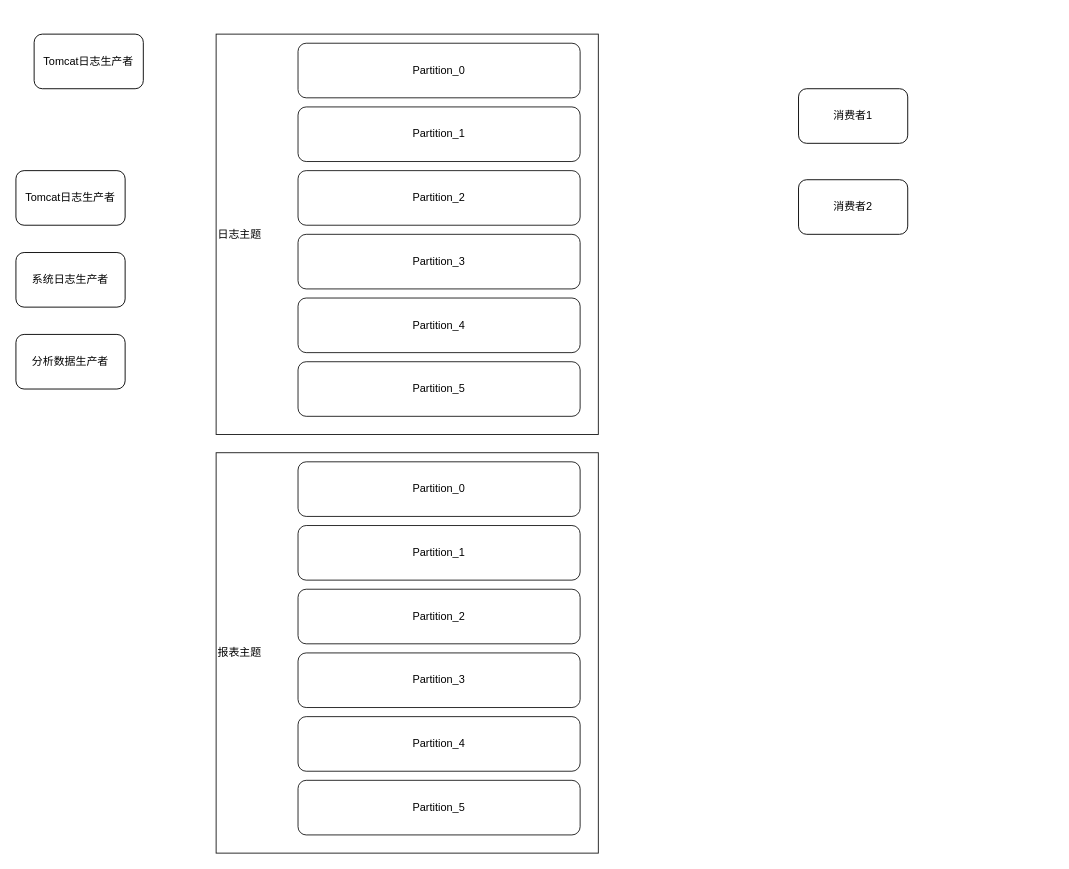
The draw.io diagram space/Kafka ELK.drawio in lewinlee/draw.io, before the edit. Source tidied: cells renumbered, new cells numbered last; positions are measured from the earlier drawing's top-left corner, leaving out a move shared by most shapes. Both pictures are drawn from the tidied source at 91%, with x=0, y=0 at pixel (15, 34).
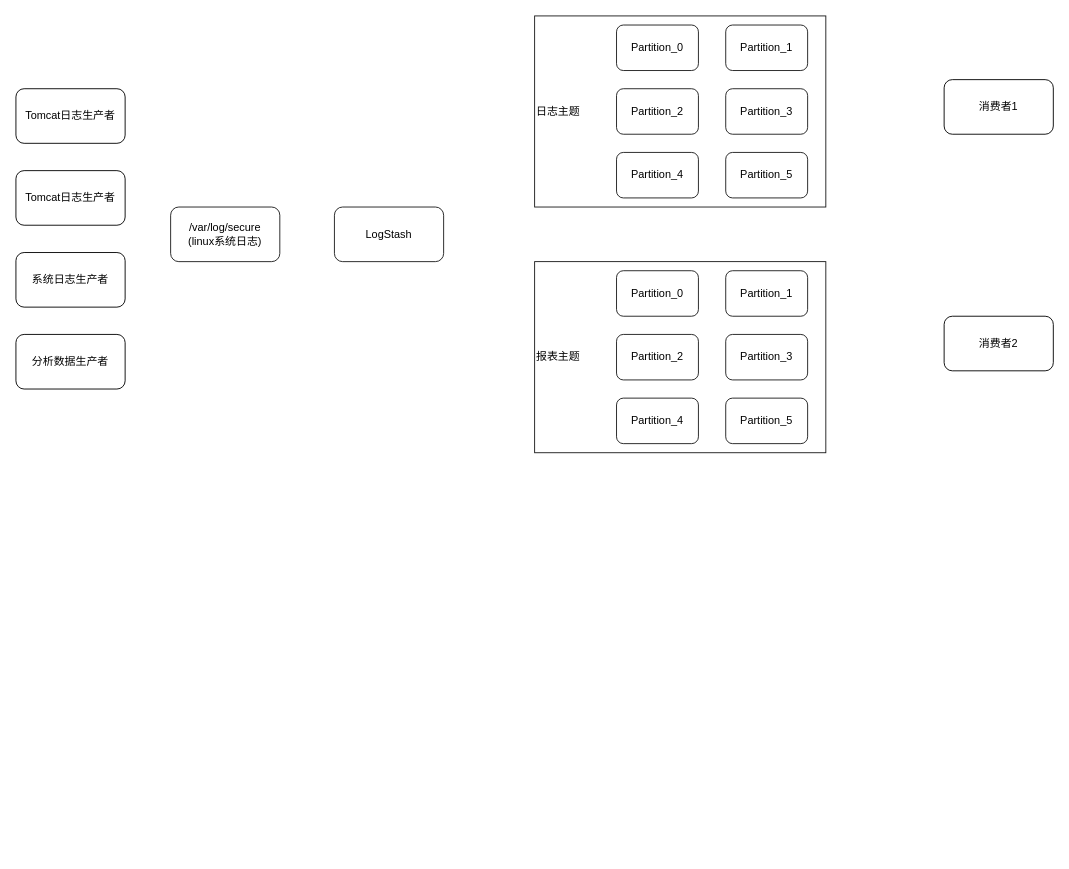
Above is the later version.

What changed in the source:
```diff
@@
     <mxCell id="3" value="日志主题" style="rounded=0;whiteSpace=wrap;html=1;opacity=90;align=left;" parent="1" vertex="1">
-      <mxGeometry x="220" width="420" height="440" as="geometry" />
+      <mxGeometry x="570" y="-20" width="320" height="210" as="geometry" />
     </mxCell>
     <mxCell id="4" value="Partition_0" style="rounded=1;whiteSpace=wrap;html=1;opacity=90;" parent="1" vertex="1">
-      <mxGeometry x="310" y="10" width="310" height="60" as="geometry" />
+      <mxGeometry x="660" y="-10" width="90" height="50" as="geometry" />
     </mxCell>
     <mxCell id="5" value="Partition_1" style="rounded=1;whiteSpace=wrap;html=1;opacity=90;" parent="1" vertex="1">
-      <mxGeometry x="310" y="80" width="310" height="60" as="geometry" />
+      <mxGeometry x="780" y="-10" width="90" height="50" as="geometry" />
     </mxCell>
-    <mxCell id="6" value="Partition_2" style="rounded=1;whiteSpace=wrap;html=1;opacity=90;" parent="1" vertex="1">
-      <mxGeometry x="310" y="150" width="310" height="60" as="geometry" />
-    </mxCell>
-    <mxCell id="7" value="Partition_3" style="rounded=1;whiteSpace=wrap;html=1;opacity=90;" parent="1" vertex="1">
-      <mxGeometry x="310" y="220" width="310" height="60" as="geometry" />
-    </mxCell>
-    <mxCell id="8" value="Partition_4" style="rounded=1;whiteSpace=wrap;html=1;opacity=90;" parent="1" vertex="1">
-      <mxGeometry x="310" y="290" width="310" height="60" as="geometry" />
-    </mxCell>
-    <mxCell id="9" value="Partition_5" style="rounded=1;whiteSpace=wrap;html=1;opacity=90;" parent="1" vertex="1">
-      <mxGeometry x="310" y="360" width="310" height="60" as="geometry" />
-    </mxCell>
     <mxCell id="10" value="消费者1" style="rounded=1;whiteSpace=wrap;html=1;" parent="1" vertex="1">
-      <mxGeometry x="860" y="60" width="120" height="60" as="geometry" />
+      <mxGeometry x="1020" y="50" width="120" height="60" as="geometry" />
     </mxCell>
     <mxCell id="11" value="消费者2" style="rounded=1;whiteSpace=wrap;html=1;" parent="1" vertex="1">
-      <mxGeometry x="860" y="160" width="120" height="60" as="geometry" />
+      <mxGeometry x="1020" y="310" width="120" height="60" as="geometry" />
     </mxCell>
@@
+    <mxCell id="21" value="Tomcat日志生产者" style="rounded=1;whiteSpace=wrap;html=1;" parent="1" vertex="1">
+      <mxGeometry y="60" width="120" height="60" as="geometry" />
+    </mxCell>
+    <mxCell id="22" value="/var/log/secure&lt;br&gt;(linux系统日志)" style="rounded=1;whiteSpace=wrap;html=1;opacity=90;" parent="1" vertex="1">
+      <mxGeometry x="170" y="190" width="120" height="60" as="geometry" />
+    </mxCell>
+    <mxCell id="23" value="LogStash" style="rounded=1;whiteSpace=wrap;html=1;opacity=90;" parent="1" vertex="1">
+      <mxGeometry x="350" y="190" width="120" height="60" as="geometry" />
+    </mxCell>
+    <mxCell id="24" value="Partition_2" style="rounded=1;whiteSpace=wrap;html=1;opacity=90;" parent="1" vertex="1">
+      <mxGeometry x="660" y="60" width="90" height="50" as="geometry" />
+    </mxCell>
+    <mxCell id="25" value="Partition_3" style="rounded=1;whiteSpace=wrap;html=1;opacity=90;" parent="1" vertex="1">
+      <mxGeometry x="780" y="60" width="90" height="50" as="geometry" />
+    </mxCell>
+    <mxCell id="26" value="Partition_4" style="rounded=1;whiteSpace=wrap;html=1;opacity=90;" parent="1" vertex="1">
+      <mxGeometry x="660" y="130" width="90" height="50" as="geometry" />
+    </mxCell>
+    <mxCell id="27" value="Partition_5" style="rounded=1;whiteSpace=wrap;html=1;opacity=90;" parent="1" vertex="1">
+      <mxGeometry x="780" y="130" width="90" height="50" as="geometry" />
+    </mxCell>
     <mxCell id="14" value="报表主题" style="rounded=0;whiteSpace=wrap;html=1;opacity=90;align=left;" parent="1" vertex="1">
-      <mxGeometry x="220" y="460" width="420" height="440" as="geometry" />
+      <mxGeometry x="570" y="250" width="320" height="210" as="geometry" />
     </mxCell>
     <mxCell id="15" value="Partition_0" style="rounded=1;whiteSpace=wrap;html=1;opacity=90;" parent="1" vertex="1">
-      <mxGeometry x="310" y="470" width="310" height="60" as="geometry" />
+      <mxGeometry x="660" y="260" width="90" height="50" as="geometry" />
     </mxCell>
     <mxCell id="16" value="Partition_1" style="rounded=1;whiteSpace=wrap;html=1;opacity=90;" parent="1" vertex="1">
-      <mxGeometry x="310" y="540" width="310" height="60" as="geometry" />
+      <mxGeometry x="780" y="260" width="90" height="50" as="geometry" />
     </mxCell>
-    <mxCell id="17" value="Partition_2" style="rounded=1;whiteSpace=wrap;html=1;opacity=90;" parent="1" vertex="1">
-      <mxGeometry x="310" y="610" width="310" height="60" as="geometry" />
-    </mxCell>
-    <mxCell id="18" value="Partition_3" style="rounded=1;whiteSpace=wrap;html=1;opacity=90;" parent="1" vertex="1">
-      <mxGeometry x="310" y="680" width="310" height="60" as="geometry" />
-    </mxCell>
-    <mxCell id="19" value="Partition_4" style="rounded=1;whiteSpace=wrap;html=1;opacity=90;" parent="1" vertex="1">
-      <mxGeometry x="310" y="750" width="310" height="60" as="geometry" />
-    </mxCell>
-    <mxCell id="20" value="Partition_5" style="rounded=1;whiteSpace=wrap;html=1;opacity=90;" parent="1" vertex="1">
-      <mxGeometry x="310" y="820" width="310" height="60" as="geometry" />
-    </mxCell>
-    <mxCell id="21" value="Tomcat日志生产者" style="rounded=1;whiteSpace=wrap;html=1;" parent="1" vertex="1">
-      <mxGeometry x="20" width="120" height="60" as="geometry" />
-    </mxCell>
+    <mxCell id="28" value="Partition_2" style="rounded=1;whiteSpace=wrap;html=1;opacity=90;" parent="1" vertex="1">
+      <mxGeometry x="660" y="330" width="90" height="50" as="geometry" />
+    </mxCell>
+    <mxCell id="29" value="Partition_3" style="rounded=1;whiteSpace=wrap;html=1;opacity=90;" parent="1" vertex="1">
+      <mxGeometry x="780" y="330" width="90" height="50" as="geometry" />
+    </mxCell>
+    <mxCell id="30" value="Partition_4" style="rounded=1;whiteSpace=wrap;html=1;opacity=90;" parent="1" vertex="1">
+      <mxGeometry x="660" y="400" width="90" height="50" as="geometry" />
+    </mxCell>
+    <mxCell id="31" value="Partition_5" style="rounded=1;whiteSpace=wrap;html=1;opacity=90;" parent="1" vertex="1">
+      <mxGeometry x="780" y="400" width="90" height="50" as="geometry" />
+    </mxCell>
```
